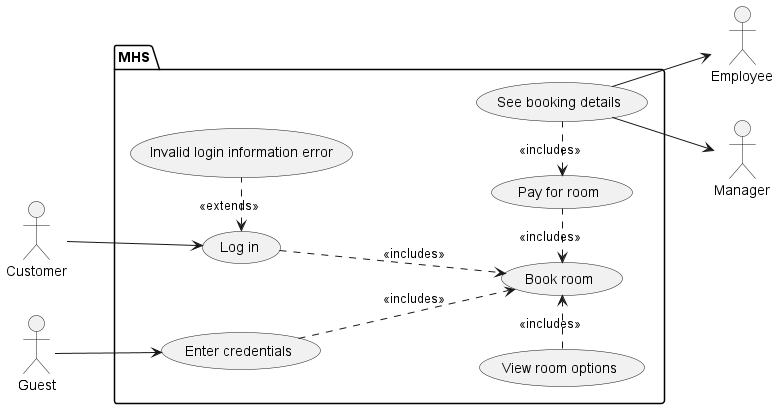
Above: documentation/UMLDiagrams/FR2UCDiagram.png in notkaramel/ECSE321-Mar1HotelSystem (PlantUML), before the change.
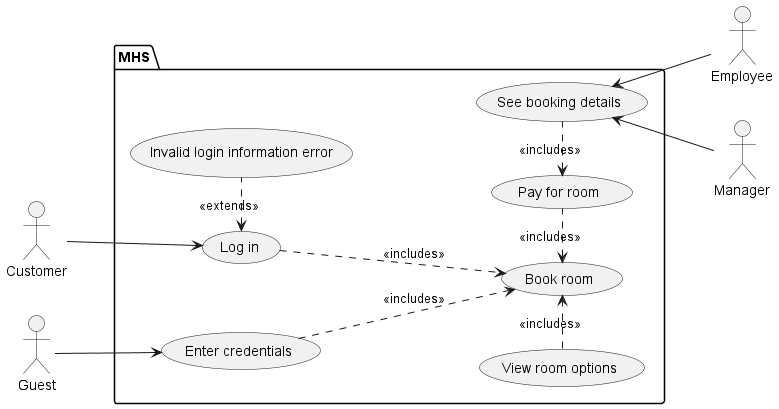
Above is the later version.

Commit message:
updated the UC and the png (arrow direction)

Diff of the diagram source:
```diff
@@ -22,8 +22,8 @@
 UC3 -left.> UC1: <<includes>>
 UC4 -left.> UC3: <<includes>>
 guest --> UC6
-UC4 --> manager
-UC4 --> employee
+employee -up-> UC4
+manager -up-> UC4
 UC7 -left.> UC5: <<extends>>
 UC5 -.> UC1: <<includes>>
 UC6 -.> UC1: <<includes>>
```
